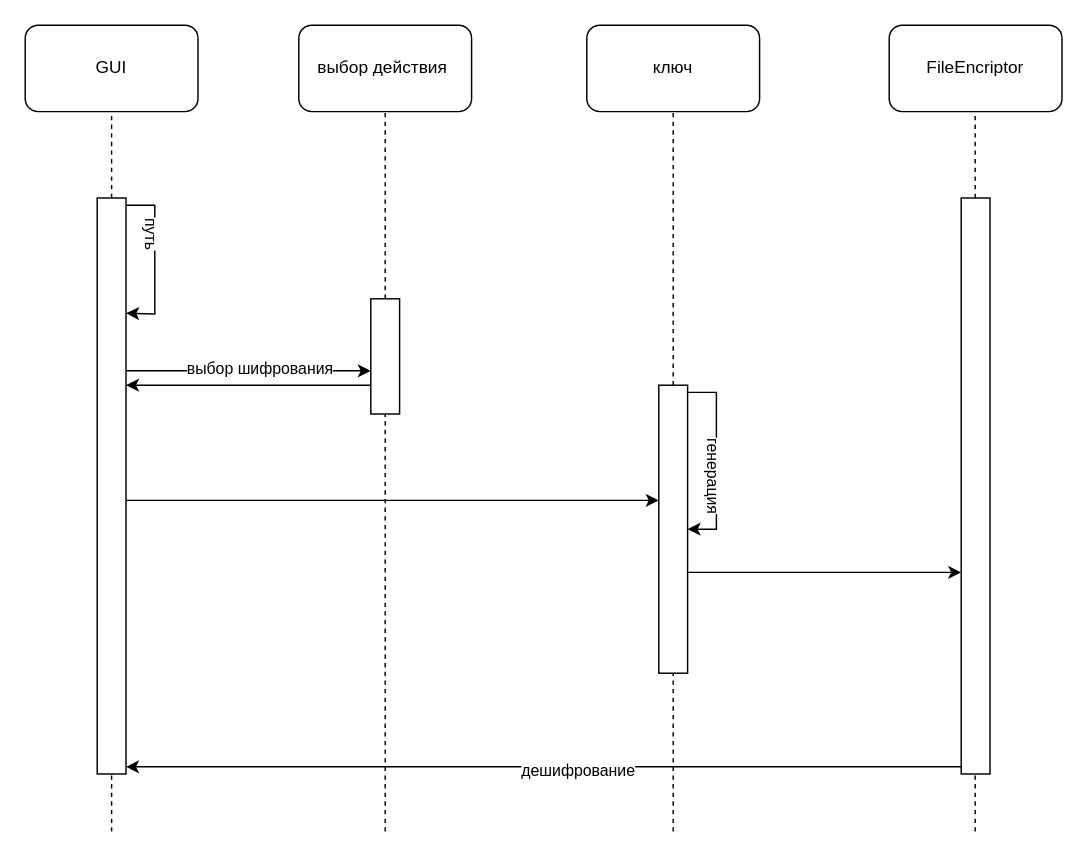
Earlier version of the draw.io diagram Диаграмма последовательности.drawio (leosavelka/Kursovaya_LNT). Source tidied: cells renumbered, new cells numbered last; positions are measured from the earlier drawing's top-left corner, leaving out a move shared by most shapes. Both pictures are drawn from the tidied source at 144%, with x=0, y=0 at pixel (24, 24).
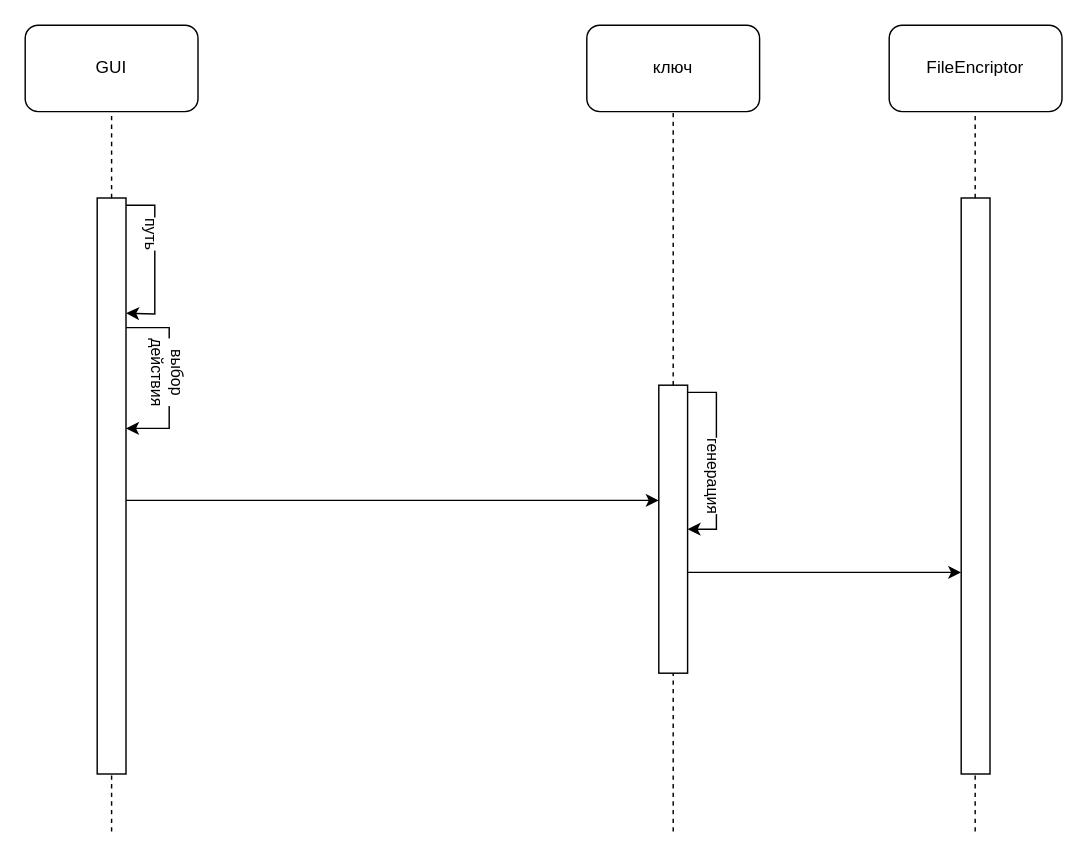
Above is the later version.

The change refers to these unchanged cells:
```xml
<mxCell id="5" style="html=1;points=[[0,0,0,0,5],[0,1,0,0,-5],[1,0,0,0,5],[1,1,0,0,-5]];perimeter=orthogonalPerimeter;outlineConnect=0;targetShapes=umlLifeline;portConstraint=eastwest;newEdgeStyle={&quot;curved&quot;:0,&quot;rounded&quot;:0};" parent="1" vertex="1">
  <mxGeometry x="50" y="120" width="20" height="400" as="geometry" />
</mxCell>
<mxCell id="14" style="html=1;points=[[0,0,0,0,5],[0,1,0,0,-5],[1,0,0,0,5],[1,1,0,0,-5]];perimeter=orthogonalPerimeter;outlineConnect=0;targetShapes=umlLifeline;portConstraint=eastwest;newEdgeStyle={&quot;curved&quot;:0,&quot;rounded&quot;:0};" parent="1" vertex="1">
  <mxGeometry x="650" y="120" width="20" height="400" as="geometry" />
</mxCell>
```

Diff of the diagram source:
```diff
@@
-    <mxCell id="8" value="выбор действия&amp;nbsp;" style="rounded=1;whiteSpace=wrap;html=1;" parent="1" vertex="1">
-      <mxGeometry x="190" width="120" height="60" as="geometry" />
-    </mxCell>
@@
-    <mxCell id="11" style="endArrow=none;dashed=1;html=1;rounded=0;" parent="1" edge="1" source="12">
-      <mxGeometry relative="1" as="geometry">
-        <mxPoint x="250" y="60" as="targetPoint" />
-      </mxGeometry>
-    </mxCell>
-    <mxCell id="12" style="html=1;points=[[0,0,0,0,5],[0,1,0,0,-5],[1,0,0,0,5],[1,1,0,0,-5]];perimeter=orthogonalPerimeter;outlineConnect=0;targetShapes=umlLifeline;portConstraint=eastwest;newEdgeStyle={&quot;curved&quot;:0,&quot;rounded&quot;:0};" parent="1" vertex="1">
-      <mxGeometry x="240" y="190" width="20" height="80" as="geometry" />
-    </mxCell>
@@
-    <mxCell id="17" style="endArrow=classic;html=1;rounded=0;" parent="1" edge="1">
-      <mxGeometry relative="1" as="geometry">
-        <mxPoint x="70" y="240" as="sourcePoint" />
-        <mxPoint x="240" y="240" as="targetPoint" />
-      </mxGeometry>
-    </mxCell>
-    <mxCell id="18" value="выбор шифрования" style="edgeLabel;html=1;align=center;verticalAlign=middle;" parent="17" vertex="1">
-      <mxGeometry x="0.08" y="2" relative="1" as="geometry" />
-    </mxCell>
-    <mxCell id="19" style="endArrow=classic;html=1;rounded=0;" parent="1" edge="1">
-      <mxGeometry relative="1" as="geometry">
-        <mxPoint x="240" y="250" as="sourcePoint" />
-        <mxPoint x="70" y="250" as="targetPoint" />
-      </mxGeometry>
-    </mxCell>
-    <mxCell id="20" style="endArrow=none;dashed=1;html=1;rounded=0;" parent="1" edge="1">
-      <mxGeometry relative="1" as="geometry">
-        <mxPoint x="250" y="560" as="sourcePoint" />
-        <mxPoint x="250" y="270" as="targetPoint" />
-      </mxGeometry>
-    </mxCell>
@@
-    <mxCell id="26" style="endArrow=classic;html=1;rounded=0;exitX=0;exitY=1;exitDx=0;exitDy=-5;exitPerimeter=0;" parent="1" edge="1" source="14" target="5">
-      <mxGeometry relative="1" as="geometry" />
-    </mxCell>
-    <mxCell id="27" value="дешифрование" style="edgeLabel;html=1;align=center;verticalAlign=middle;" parent="26" vertex="1">
-      <mxGeometry x="-0.08" y="2" relative="1" as="geometry" />
-    </mxCell>
@@
+    <mxCell id="29" style="endArrow=classic;html=1;rounded=0;" parent="1" edge="1">
+      <mxGeometry relative="1" as="geometry">
+        <mxPoint x="70" y="210" as="sourcePoint" />
+        <mxPoint x="70" y="280" as="targetPoint" />
+        <Array as="points">
+          <mxPoint x="100" y="210" />
+          <mxPoint x="100" y="280" />
+        </Array>
+      </mxGeometry>
+    </mxCell>
+    <mxCell id="8" value="выбор &lt;br&gt;действия" style="edgeLabel;html=1;align=center;verticalAlign=middle;rotation=90;" parent="29" vertex="1">
+      <mxGeometry x="-0.08" relative="1" as="geometry" />
+    </mxCell>
```
